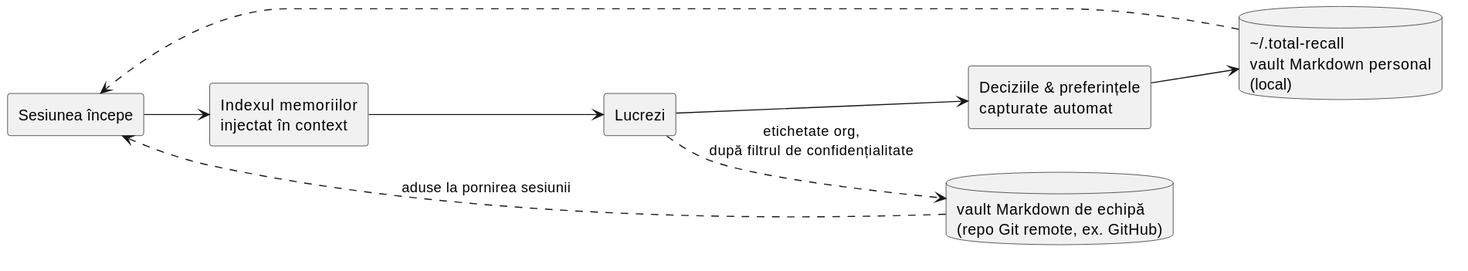
adrian-balaban/total-recall keeps this PlantUML diagram as docs/diagrams/session-loop-ro.svg. Above is the earlier version. The source it was exported from:
```plantuml
@startuml
left to right direction
skinparam shadowing false
skinparam defaultFontName Helvetica

rectangle "Sesiunea începe" as A
rectangle "Indexul memoriilor\ninjectat în context" as B
rectangle "Lucrezi" as C
rectangle "Deciziile & preferințele\ncapturate automat" as D
database "<U+007E>/.total-recall\nvault Markdown personal\n(local)" as E
database "vault Markdown de echipă\n(repo Git remote, ex. GitHub)" as R
A --> B
B --> C
C --> D
D --> E
E ..> A
C ..> R : etichetate org,\ndupă filtrul de confidențialitate
R ..> A : aduse la pornirea sesiunii
@enduml
```
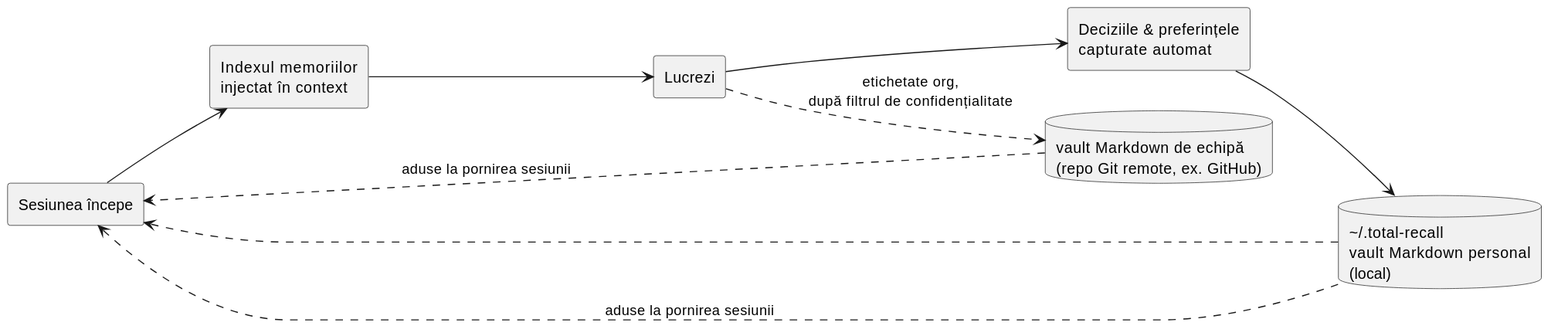
The same file after the commit.

Commit message:
docs: update session loop diagram with personal and team vaults

Regenerate the session-loop-en.svg diagram to reflect the current memory
workflow: session start, injection of the memory index into context,
work with automatic capture of decisions and preferences, and
persistence to the personal Markdown vault (~/.total-recall, local) and
the team Markdown vault (remote Git repo, e.g. GitHub).

Diff of the diagram source:
```diff
@@ -15,5 +15,6 @@
 D --> E
 E ..> A
 C ..> R : etichetate org,\ndupă filtrul de confidențialitate
+E ..> A : aduse la pornirea sesiunii
 R ..> A : aduse la pornirea sesiunii
 @enduml
```
